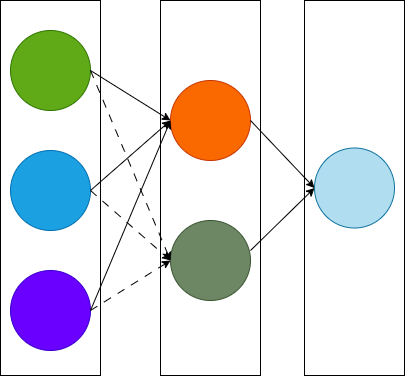
This is example.drawio.png from CXianRen/MyNN, a draw.io export, as it was before one commit. Source tidied: cells renumbered, new cells last; positions are measured from the earlier drawing's top-left corner, leaving out a move shared by most shapes.
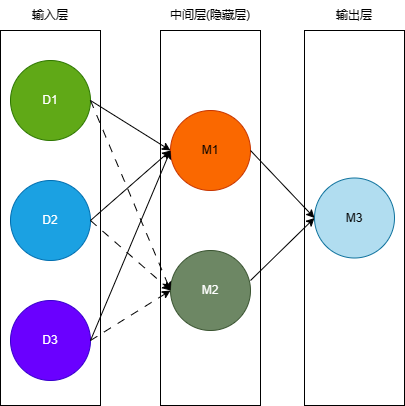
The same file after the commit.

What changed in the source:
```diff
@@ -11,22 +11,22 @@
     <mxCell id="4" style="rounded=0;whiteSpace=wrap;html=1;" parent="1" vertex="1">
       <mxGeometry width="100" height="375" as="geometry" />
     </mxCell>
-    <mxCell id="5" style="ellipse;whiteSpace=wrap;html=1;fillColor=#60a917;fontColor=#ffffff;strokeColor=#2D7600;" parent="1" vertex="1">
+    <mxCell id="5" value="D1" style="ellipse;whiteSpace=wrap;html=1;fillColor=#60a917;fontColor=#ffffff;strokeColor=#2D7600;" parent="1" vertex="1">
       <mxGeometry x="10" y="30" width="80" height="80" as="geometry" />
     </mxCell>
-    <mxCell id="6" style="ellipse;whiteSpace=wrap;html=1;fillColor=#1ba1e2;fontColor=#ffffff;strokeColor=#006EAF;" parent="1" vertex="1">
+    <mxCell id="6" value="D2" style="ellipse;whiteSpace=wrap;html=1;fillColor=#1ba1e2;fontColor=#ffffff;strokeColor=#006EAF;" parent="1" vertex="1">
       <mxGeometry x="10" y="150" width="80" height="80" as="geometry" />
     </mxCell>
-    <mxCell id="7" style="ellipse;whiteSpace=wrap;html=1;fillColor=#6a00ff;fontColor=#ffffff;strokeColor=#3700CC;" parent="1" vertex="1">
+    <mxCell id="7" value="D3" style="ellipse;whiteSpace=wrap;html=1;fillColor=#6a00ff;fontColor=#ffffff;strokeColor=#3700CC;" parent="1" vertex="1">
       <mxGeometry x="10" y="270" width="80" height="80" as="geometry" />
     </mxCell>
-    <mxCell id="8" style="ellipse;whiteSpace=wrap;html=1;fillColor=#fa6800;fontColor=#000000;strokeColor=#C73500;" parent="1" vertex="1">
+    <mxCell id="8" value="M1" style="ellipse;whiteSpace=wrap;html=1;fillColor=#fa6800;fontColor=#000000;strokeColor=#C73500;" parent="1" vertex="1">
       <mxGeometry x="170" y="80" width="80" height="80" as="geometry" />
     </mxCell>
-    <mxCell id="9" style="ellipse;whiteSpace=wrap;html=1;fillColor=#6d8764;fontColor=#ffffff;strokeColor=#3A5431;" parent="1" vertex="1">
+    <mxCell id="9" value="M2" style="ellipse;whiteSpace=wrap;html=1;fillColor=#6d8764;fontColor=#ffffff;strokeColor=#3A5431;" parent="1" vertex="1">
       <mxGeometry x="170" y="220" width="80" height="80" as="geometry" />
     </mxCell>
-    <mxCell id="10" style="ellipse;whiteSpace=wrap;html=1;fillColor=#b1ddf0;strokeColor=#10739e;" parent="1" vertex="1">
+    <mxCell id="10" value="M3" style="ellipse;whiteSpace=wrap;html=1;fillColor=#b1ddf0;strokeColor=#10739e;" parent="1" vertex="1">
       <mxGeometry x="314" y="147.5" width="80" height="80" as="geometry" />
     </mxCell>
     <mxCell id="11" style="endArrow=classic;html=1;rounded=0;exitX=1;exitY=0.5;exitDx=0;exitDy=0;entryX=0;entryY=0.5;entryDx=0;entryDy=0;" parent="1" edge="1" source="5" target="8">
@@ -69,5 +69,14 @@
         <mxPoint x="250" y="250" as="sourcePoint" />
       </mxGeometry>
     </mxCell>
+    <mxCell id="19" value="输入层" style="text;html=1;strokeColor=none;fillColor=none;align=center;verticalAlign=middle;whiteSpace=wrap;rounded=0;" parent="1" vertex="1">
+      <mxGeometry x="20" y="-30" width="60" height="30" as="geometry" />
+    </mxCell>
+    <mxCell id="20" value="中间层(隐藏层)" style="text;html=1;strokeColor=none;fillColor=none;align=center;verticalAlign=middle;whiteSpace=wrap;rounded=0;" parent="1" vertex="1">
+      <mxGeometry x="160" y="-25" width="100" height="20" as="geometry" />
+    </mxCell>
+    <mxCell id="21" value="输出层" style="text;html=1;strokeColor=none;fillColor=none;align=center;verticalAlign=middle;whiteSpace=wrap;rounded=0;" parent="1" vertex="1">
+      <mxGeometry x="324" y="-30" width="60" height="30" as="geometry" />
+    </mxCell>
   </root>
 </mxGraphModel>
```
